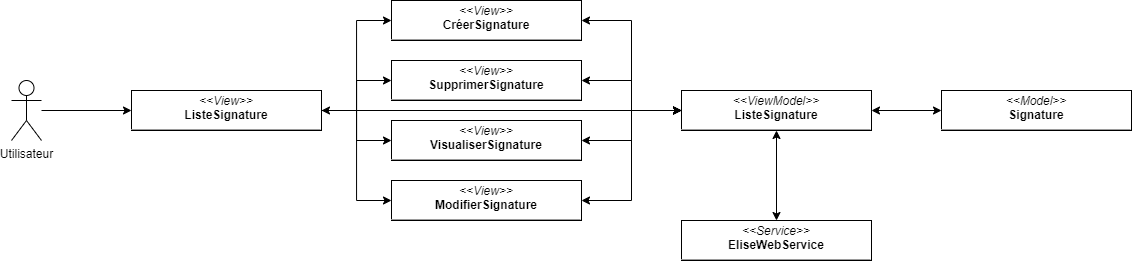
The draw.io diagram images_pfe/dca_sprint2.png in PFE-Neoledge-2023/rapport, before a commit. Source tidied: cells renumbered, new cells last; positions are measured from the earlier drawing's top-left corner, leaving out a move shared by most shapes. The source it was exported from:
```xml
<mxGraphModel>
  <root>
    <mxCell id="0" />
    <mxCell id="1" parent="0" />
    <mxCell id="2" style="edgeStyle=orthogonalEdgeStyle;rounded=0;jettySize=auto;html=1;entryX=0;entryY=0.5;entryDx=0;entryDy=0;" parent="1" edge="1" source="3" target="9">
      <mxGeometry relative="1" as="geometry" />
    </mxCell>
    <mxCell id="3" value="Utilisateur" style="shape=umlActor;verticalLabelPosition=bottom;verticalAlign=top;html=1;outlineConnect=0;" parent="1" vertex="1">
      <mxGeometry y="80" width="30" height="60" as="geometry" />
    </mxCell>
    <mxCell id="4" style="edgeStyle=orthogonalEdgeStyle;rounded=0;jettySize=auto;html=1;entryX=0;entryY=0.5;entryDx=0;entryDy=0;" parent="1" edge="1" source="9" target="13">
      <mxGeometry relative="1" as="geometry" />
    </mxCell>
    <mxCell id="5" style="edgeStyle=orthogonalEdgeStyle;rounded=0;jettySize=auto;html=1;entryX=0;entryY=0.5;entryDx=0;entryDy=0;" parent="1" edge="1" source="9" target="17">
      <mxGeometry relative="1" as="geometry" />
    </mxCell>
    <mxCell id="6" style="edgeStyle=orthogonalEdgeStyle;rounded=0;jettySize=auto;html=1;entryX=0;entryY=0.5;entryDx=0;entryDy=0;" parent="1" edge="1" source="9" target="19">
      <mxGeometry relative="1" as="geometry" />
    </mxCell>
    <mxCell id="7" style="edgeStyle=orthogonalEdgeStyle;rounded=0;jettySize=auto;html=1;entryX=0;entryY=0.5;entryDx=0;entryDy=0;" parent="1" edge="1" source="9" target="15">
      <mxGeometry relative="1" as="geometry" />
    </mxCell>
    <mxCell id="8" style="edgeStyle=orthogonalEdgeStyle;rounded=0;jettySize=auto;html=1;entryX=0;entryY=0.5;entryDx=0;entryDy=0;startArrow=classic;startFill=1;" parent="1" edge="1" source="9" target="11">
      <mxGeometry relative="1" as="geometry" />
    </mxCell>
    <mxCell id="9" value="&lt;p style=&quot;margin:0px;margin-top:4px;text-align:center;&quot;&gt;&lt;i&gt;&amp;lt;&amp;lt;View&amp;gt;&amp;gt;&lt;/i&gt;&lt;br&gt;&lt;b&gt;ListeSignature&lt;/b&gt;&lt;/p&gt;&lt;hr size=&quot;1&quot;&gt;&lt;p style=&quot;margin:0px;margin-left:4px;&quot;&gt;&lt;/p&gt;&lt;p style=&quot;margin:0px;margin-left:4px;&quot;&gt;&lt;br&gt;&lt;/p&gt;" style="verticalAlign=top;align=left;overflow=fill;fontSize=12;fontFamily=Helvetica;html=1;whiteSpace=wrap;" parent="1" vertex="1">
      <mxGeometry x="120" y="90" width="190" height="40" as="geometry" />
    </mxCell>
    <mxCell id="10" style="edgeStyle=orthogonalEdgeStyle;rounded=0;jettySize=auto;html=1;startArrow=classic;startFill=1;" parent="1" edge="1" source="11" target="20">
      <mxGeometry relative="1" as="geometry" />
    </mxCell>
    <mxCell id="11" value="&lt;p style=&quot;margin:0px;margin-top:4px;text-align:center;&quot;&gt;&lt;i&gt;&amp;lt;&amp;lt;ViewModel&amp;gt;&amp;gt;&lt;/i&gt;&lt;br&gt;&lt;b&gt;ListeSignature&lt;/b&gt;&lt;/p&gt;&lt;hr size=&quot;1&quot;&gt;&lt;p style=&quot;margin:0px;margin-left:4px;&quot;&gt;&lt;br&gt;&lt;/p&gt;" style="verticalAlign=top;align=left;overflow=fill;fontSize=12;fontFamily=Helvetica;html=1;whiteSpace=wrap;" parent="1" vertex="1">
      <mxGeometry x="670" y="90" width="190" height="40" as="geometry" />
    </mxCell>
    <mxCell id="12" style="edgeStyle=orthogonalEdgeStyle;rounded=0;jettySize=auto;html=1;entryX=0;entryY=0.5;entryDx=0;entryDy=0;startArrow=classic;startFill=1;" parent="1" edge="1" source="13" target="11">
      <mxGeometry relative="1" as="geometry" />
    </mxCell>
    <mxCell id="13" value="&lt;p style=&quot;margin:0px;margin-top:4px;text-align:center;&quot;&gt;&lt;i&gt;&amp;lt;&amp;lt;View&amp;gt;&amp;gt;&lt;/i&gt;&lt;br&gt;&lt;b&gt;CréerSignature&lt;/b&gt;&lt;/p&gt;&lt;hr size=&quot;1&quot;&gt;&lt;p style=&quot;margin:0px;margin-left:4px;&quot;&gt;&lt;/p&gt;&lt;p style=&quot;margin:0px;margin-left:4px;&quot;&gt;&lt;br&gt;&lt;/p&gt;" style="verticalAlign=top;align=left;overflow=fill;fontSize=12;fontFamily=Helvetica;html=1;whiteSpace=wrap;" parent="1" vertex="1">
      <mxGeometry x="380" width="190" height="40" as="geometry" />
    </mxCell>
    <mxCell id="14" style="edgeStyle=orthogonalEdgeStyle;rounded=0;jettySize=auto;html=1;entryX=0;entryY=0.5;entryDx=0;entryDy=0;startArrow=classic;startFill=1;" parent="1" edge="1" source="15" target="11">
      <mxGeometry relative="1" as="geometry" />
    </mxCell>
    <mxCell id="15" value="&lt;p style=&quot;margin:0px;margin-top:4px;text-align:center;&quot;&gt;&lt;i&gt;&amp;lt;&amp;lt;View&amp;gt;&amp;gt;&lt;/i&gt;&lt;br&gt;&lt;b&gt;ModifierSignature&lt;/b&gt;&lt;/p&gt;&lt;hr size=&quot;1&quot;&gt;&lt;p style=&quot;margin:0px;margin-left:4px;&quot;&gt;&lt;/p&gt;&lt;p style=&quot;margin:0px;margin-left:4px;&quot;&gt;&lt;br&gt;&lt;/p&gt;" style="verticalAlign=top;align=left;overflow=fill;fontSize=12;fontFamily=Helvetica;html=1;whiteSpace=wrap;" parent="1" vertex="1">
      <mxGeometry x="380" y="180" width="190" height="40" as="geometry" />
    </mxCell>
    <mxCell id="16" style="edgeStyle=orthogonalEdgeStyle;rounded=0;jettySize=auto;html=1;entryX=0;entryY=0.5;entryDx=0;entryDy=0;startArrow=classic;startFill=1;" parent="1" edge="1" source="17" target="11">
      <mxGeometry relative="1" as="geometry" />
    </mxCell>
    <mxCell id="17" value="&lt;p style=&quot;margin:0px;margin-top:4px;text-align:center;&quot;&gt;&lt;i&gt;&amp;lt;&amp;lt;View&amp;gt;&amp;gt;&lt;/i&gt;&lt;br&gt;&lt;b&gt;SupprimerSignature&lt;/b&gt;&lt;/p&gt;&lt;hr size=&quot;1&quot;&gt;&lt;p style=&quot;margin:0px;margin-left:4px;&quot;&gt;&lt;/p&gt;&lt;p style=&quot;margin:0px;margin-left:4px;&quot;&gt;&lt;br&gt;&lt;/p&gt;" style="verticalAlign=top;align=left;overflow=fill;fontSize=12;fontFamily=Helvetica;html=1;whiteSpace=wrap;" parent="1" vertex="1">
      <mxGeometry x="380" y="60" width="190" height="40" as="geometry" />
    </mxCell>
    <mxCell id="18" style="edgeStyle=orthogonalEdgeStyle;rounded=0;jettySize=auto;html=1;entryX=0;entryY=0.5;entryDx=0;entryDy=0;startArrow=classic;startFill=1;" parent="1" edge="1" source="19" target="11">
      <mxGeometry relative="1" as="geometry" />
    </mxCell>
    <mxCell id="19" value="&lt;p style=&quot;margin:0px;margin-top:4px;text-align:center;&quot;&gt;&lt;i&gt;&amp;lt;&amp;lt;View&amp;gt;&amp;gt;&lt;/i&gt;&lt;br&gt;&lt;b&gt;VisualiserSignature&lt;/b&gt;&lt;/p&gt;&lt;hr size=&quot;1&quot;&gt;&lt;p style=&quot;margin:0px;margin-left:4px;&quot;&gt;&lt;/p&gt;&lt;p style=&quot;margin:0px;margin-left:4px;&quot;&gt;&lt;br&gt;&lt;/p&gt;" style="verticalAlign=top;align=left;overflow=fill;fontSize=12;fontFamily=Helvetica;html=1;whiteSpace=wrap;" parent="1" vertex="1">
      <mxGeometry x="380" y="120" width="190" height="40" as="geometry" />
    </mxCell>
    <mxCell id="20" value="&lt;p style=&quot;margin:0px;margin-top:4px;text-align:center;&quot;&gt;&lt;i&gt;&amp;lt;&amp;lt;Model&amp;gt;&amp;gt;&lt;/i&gt;&lt;br&gt;&lt;b&gt;Signature&lt;/b&gt;&lt;/p&gt;&lt;hr size=&quot;1&quot;&gt;&lt;p style=&quot;margin:0px;margin-left:4px;&quot;&gt;&lt;br&gt;&lt;/p&gt;" style="verticalAlign=top;align=left;overflow=fill;fontSize=12;fontFamily=Helvetica;html=1;whiteSpace=wrap;" parent="1" vertex="1">
      <mxGeometry x="930" y="90" width="190" height="40" as="geometry" />
    </mxCell>
    <mxCell id="21" style="edgeStyle=orthogonalEdgeStyle;rounded=0;jettySize=auto;html=1;entryX=0.5;entryY=1;entryDx=0;entryDy=0;startArrow=classic;startFill=1;" parent="1" edge="1" source="22" target="11">
      <mxGeometry relative="1" as="geometry" />
    </mxCell>
    <mxCell id="22" value="&lt;p style=&quot;margin:0px;margin-top:4px;text-align:center;&quot;&gt;&lt;i&gt;&amp;lt;&amp;lt;Service&amp;gt;&amp;gt;&lt;/i&gt;&lt;br&gt;&lt;b&gt;EliseWebService&lt;/b&gt;&lt;/p&gt;&lt;hr size=&quot;1&quot;&gt;&lt;p style=&quot;margin:0px;margin-left:4px;&quot;&gt;&lt;/p&gt;&lt;p style=&quot;margin:0px;margin-left:4px;&quot;&gt;&lt;br&gt;&lt;/p&gt;" style="verticalAlign=top;align=left;overflow=fill;fontSize=12;fontFamily=Helvetica;html=1;whiteSpace=wrap;" parent="1" vertex="1">
      <mxGeometry x="670" y="220" width="190" height="40" as="geometry" />
    </mxCell>
  </root>
</mxGraphModel>
```
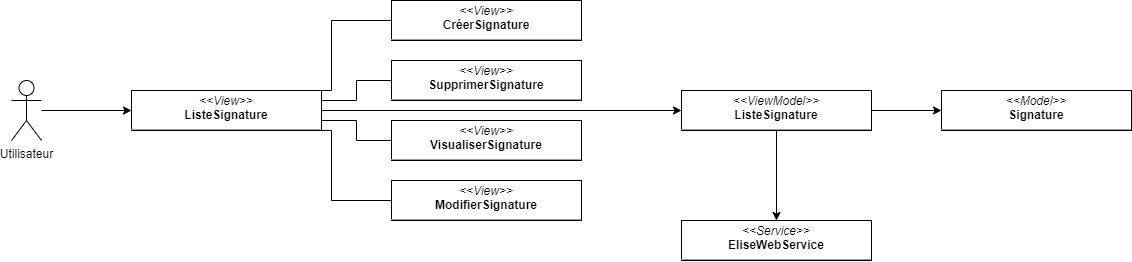
The same diagram one commit later.

Diff of the diagram source:
```diff
@@ -8,58 +8,56 @@
     <mxCell id="3" value="Utilisateur" style="shape=umlActor;verticalLabelPosition=bottom;verticalAlign=top;html=1;outlineConnect=0;" parent="1" vertex="1">
       <mxGeometry y="80" width="30" height="60" as="geometry" />
     </mxCell>
+    <mxCell id="8" style="edgeStyle=orthogonalEdgeStyle;rounded=0;jettySize=auto;html=1;entryX=0;entryY=0.5;entryDx=0;entryDy=0;startArrow=none;startFill=0;" parent="1" edge="1" source="9" target="11">
+      <mxGeometry relative="1" as="geometry" />
+    </mxCell>
-    <mxCell id="4" style="edgeStyle=orthogonalEdgeStyle;rounded=0;jettySize=auto;html=1;entryX=0;entryY=0.5;entryDx=0;entryDy=0;" parent="1" edge="1" source="9" target="13">
-      <mxGeometry relative="1" as="geometry" />
+    <mxCell id="4" style="edgeStyle=orthogonalEdgeStyle;rounded=0;html=1;exitX=1;exitY=0;exitDx=0;exitDy=0;entryX=0;entryY=0.5;entryDx=0;entryDy=0;startArrow=none;startFill=0;endArrow=none;endFill=0;" parent="1" edge="1" source="9" target="13">
+      <mxGeometry relative="1" as="geometry">
+        <Array as="points">
+          <mxPoint x="320" y="90" />
+          <mxPoint x="320" y="20" />
+        </Array>
+      </mxGeometry>
     </mxCell>
-    <mxCell id="5" style="edgeStyle=orthogonalEdgeStyle;rounded=0;jettySize=auto;html=1;entryX=0;entryY=0.5;entryDx=0;entryDy=0;" parent="1" edge="1" source="9" target="17">
+    <mxCell id="5" style="edgeStyle=orthogonalEdgeStyle;rounded=0;html=1;exitX=1;exitY=0.25;exitDx=0;exitDy=0;entryX=0;entryY=0.5;entryDx=0;entryDy=0;startArrow=none;startFill=0;endArrow=none;endFill=0;" parent="1" edge="1" source="9" target="17">
       <mxGeometry relative="1" as="geometry" />
     </mxCell>
-    <mxCell id="6" style="edgeStyle=orthogonalEdgeStyle;rounded=0;jettySize=auto;html=1;entryX=0;entryY=0.5;entryDx=0;entryDy=0;" parent="1" edge="1" source="9" target="19">
+    <mxCell id="6" style="edgeStyle=orthogonalEdgeStyle;rounded=0;html=1;exitX=1;exitY=0.75;exitDx=0;exitDy=0;entryX=0;entryY=0.5;entryDx=0;entryDy=0;startArrow=none;startFill=0;endArrow=none;endFill=0;" parent="1" edge="1" source="9" target="19">
       <mxGeometry relative="1" as="geometry" />
     </mxCell>
-    <mxCell id="7" style="edgeStyle=orthogonalEdgeStyle;rounded=0;jettySize=auto;html=1;entryX=0;entryY=0.5;entryDx=0;entryDy=0;" parent="1" edge="1" source="9" target="15">
-      <mxGeometry relative="1" as="geometry" />
+    <mxCell id="7" style="edgeStyle=orthogonalEdgeStyle;rounded=0;html=1;exitX=1;exitY=1;exitDx=0;exitDy=0;entryX=0;entryY=0.5;entryDx=0;entryDy=0;startArrow=none;startFill=0;endArrow=none;endFill=0;" parent="1" edge="1" source="9" target="15">
+      <mxGeometry relative="1" as="geometry">
+        <Array as="points">
+          <mxPoint x="320" y="130" />
+          <mxPoint x="320" y="200" />
+        </Array>
+      </mxGeometry>
     </mxCell>
-    <mxCell id="8" style="edgeStyle=orthogonalEdgeStyle;rounded=0;jettySize=auto;html=1;entryX=0;entryY=0.5;entryDx=0;entryDy=0;startArrow=classic;startFill=1;" parent="1" edge="1" source="9" target="11">
-      <mxGeometry relative="1" as="geometry" />
-    </mxCell>
     <mxCell id="9" value="&lt;p style=&quot;margin:0px;margin-top:4px;text-align:center;&quot;&gt;&lt;i&gt;&amp;lt;&amp;lt;View&amp;gt;&amp;gt;&lt;/i&gt;&lt;br&gt;&lt;b&gt;ListeSignature&lt;/b&gt;&lt;/p&gt;&lt;hr size=&quot;1&quot;&gt;&lt;p style=&quot;margin:0px;margin-left:4px;&quot;&gt;&lt;/p&gt;&lt;p style=&quot;margin:0px;margin-left:4px;&quot;&gt;&lt;br&gt;&lt;/p&gt;" style="verticalAlign=top;align=left;overflow=fill;fontSize=12;fontFamily=Helvetica;html=1;whiteSpace=wrap;" parent="1" vertex="1">
       <mxGeometry x="120" y="90" width="190" height="40" as="geometry" />
     </mxCell>
-    <mxCell id="10" style="edgeStyle=orthogonalEdgeStyle;rounded=0;jettySize=auto;html=1;startArrow=classic;startFill=1;" parent="1" edge="1" source="11" target="20">
+    <mxCell id="10" style="edgeStyle=orthogonalEdgeStyle;rounded=0;jettySize=auto;html=1;startArrow=none;startFill=0;" parent="1" edge="1" source="11" target="20">
       <mxGeometry relative="1" as="geometry" />
     </mxCell>
     <mxCell id="11" value="&lt;p style=&quot;margin:0px;margin-top:4px;text-align:center;&quot;&gt;&lt;i&gt;&amp;lt;&amp;lt;ViewModel&amp;gt;&amp;gt;&lt;/i&gt;&lt;br&gt;&lt;b&gt;ListeSignature&lt;/b&gt;&lt;/p&gt;&lt;hr size=&quot;1&quot;&gt;&lt;p style=&quot;margin:0px;margin-left:4px;&quot;&gt;&lt;br&gt;&lt;/p&gt;" style="verticalAlign=top;align=left;overflow=fill;fontSize=12;fontFamily=Helvetica;html=1;whiteSpace=wrap;" parent="1" vertex="1">
       <mxGeometry x="670" y="90" width="190" height="40" as="geometry" />
     </mxCell>
-    <mxCell id="12" style="edgeStyle=orthogonalEdgeStyle;rounded=0;jettySize=auto;html=1;entryX=0;entryY=0.5;entryDx=0;entryDy=0;startArrow=classic;startFill=1;" parent="1" edge="1" source="13" target="11">
-      <mxGeometry relative="1" as="geometry" />
-    </mxCell>
     <mxCell id="13" value="&lt;p style=&quot;margin:0px;margin-top:4px;text-align:center;&quot;&gt;&lt;i&gt;&amp;lt;&amp;lt;View&amp;gt;&amp;gt;&lt;/i&gt;&lt;br&gt;&lt;b&gt;CréerSignature&lt;/b&gt;&lt;/p&gt;&lt;hr size=&quot;1&quot;&gt;&lt;p style=&quot;margin:0px;margin-left:4px;&quot;&gt;&lt;/p&gt;&lt;p style=&quot;margin:0px;margin-left:4px;&quot;&gt;&lt;br&gt;&lt;/p&gt;" style="verticalAlign=top;align=left;overflow=fill;fontSize=12;fontFamily=Helvetica;html=1;whiteSpace=wrap;" parent="1" vertex="1">
       <mxGeometry x="380" width="190" height="40" as="geometry" />
     </mxCell>
-    <mxCell id="14" style="edgeStyle=orthogonalEdgeStyle;rounded=0;jettySize=auto;html=1;entryX=0;entryY=0.5;entryDx=0;entryDy=0;startArrow=classic;startFill=1;" parent="1" edge="1" source="15" target="11">
-      <mxGeometry relative="1" as="geometry" />
-    </mxCell>
     <mxCell id="15" value="&lt;p style=&quot;margin:0px;margin-top:4px;text-align:center;&quot;&gt;&lt;i&gt;&amp;lt;&amp;lt;View&amp;gt;&amp;gt;&lt;/i&gt;&lt;br&gt;&lt;b&gt;ModifierSignature&lt;/b&gt;&lt;/p&gt;&lt;hr size=&quot;1&quot;&gt;&lt;p style=&quot;margin:0px;margin-left:4px;&quot;&gt;&lt;/p&gt;&lt;p style=&quot;margin:0px;margin-left:4px;&quot;&gt;&lt;br&gt;&lt;/p&gt;" style="verticalAlign=top;align=left;overflow=fill;fontSize=12;fontFamily=Helvetica;html=1;whiteSpace=wrap;" parent="1" vertex="1">
       <mxGeometry x="380" y="180" width="190" height="40" as="geometry" />
     </mxCell>
-    <mxCell id="16" style="edgeStyle=orthogonalEdgeStyle;rounded=0;jettySize=auto;html=1;entryX=0;entryY=0.5;entryDx=0;entryDy=0;startArrow=classic;startFill=1;" parent="1" edge="1" source="17" target="11">
-      <mxGeometry relative="1" as="geometry" />
-    </mxCell>
     <mxCell id="17" value="&lt;p style=&quot;margin:0px;margin-top:4px;text-align:center;&quot;&gt;&lt;i&gt;&amp;lt;&amp;lt;View&amp;gt;&amp;gt;&lt;/i&gt;&lt;br&gt;&lt;b&gt;SupprimerSignature&lt;/b&gt;&lt;/p&gt;&lt;hr size=&quot;1&quot;&gt;&lt;p style=&quot;margin:0px;margin-left:4px;&quot;&gt;&lt;/p&gt;&lt;p style=&quot;margin:0px;margin-left:4px;&quot;&gt;&lt;br&gt;&lt;/p&gt;" style="verticalAlign=top;align=left;overflow=fill;fontSize=12;fontFamily=Helvetica;html=1;whiteSpace=wrap;" parent="1" vertex="1">
       <mxGeometry x="380" y="60" width="190" height="40" as="geometry" />
     </mxCell>
-    <mxCell id="18" style="edgeStyle=orthogonalEdgeStyle;rounded=0;jettySize=auto;html=1;entryX=0;entryY=0.5;entryDx=0;entryDy=0;startArrow=classic;startFill=1;" parent="1" edge="1" source="19" target="11">
-      <mxGeometry relative="1" as="geometry" />
-    </mxCell>
     <mxCell id="19" value="&lt;p style=&quot;margin:0px;margin-top:4px;text-align:center;&quot;&gt;&lt;i&gt;&amp;lt;&amp;lt;View&amp;gt;&amp;gt;&lt;/i&gt;&lt;br&gt;&lt;b&gt;VisualiserSignature&lt;/b&gt;&lt;/p&gt;&lt;hr size=&quot;1&quot;&gt;&lt;p style=&quot;margin:0px;margin-left:4px;&quot;&gt;&lt;/p&gt;&lt;p style=&quot;margin:0px;margin-left:4px;&quot;&gt;&lt;br&gt;&lt;/p&gt;" style="verticalAlign=top;align=left;overflow=fill;fontSize=12;fontFamily=Helvetica;html=1;whiteSpace=wrap;" parent="1" vertex="1">
       <mxGeometry x="380" y="120" width="190" height="40" as="geometry" />
     </mxCell>
     <mxCell id="20" value="&lt;p style=&quot;margin:0px;margin-top:4px;text-align:center;&quot;&gt;&lt;i&gt;&amp;lt;&amp;lt;Model&amp;gt;&amp;gt;&lt;/i&gt;&lt;br&gt;&lt;b&gt;Signature&lt;/b&gt;&lt;/p&gt;&lt;hr size=&quot;1&quot;&gt;&lt;p style=&quot;margin:0px;margin-left:4px;&quot;&gt;&lt;br&gt;&lt;/p&gt;" style="verticalAlign=top;align=left;overflow=fill;fontSize=12;fontFamily=Helvetica;html=1;whiteSpace=wrap;" parent="1" vertex="1">
       <mxGeometry x="930" y="90" width="190" height="40" as="geometry" />
     </mxCell>
-    <mxCell id="21" style="edgeStyle=orthogonalEdgeStyle;rounded=0;jettySize=auto;html=1;entryX=0.5;entryY=1;entryDx=0;entryDy=0;startArrow=classic;startFill=1;" parent="1" edge="1" source="22" target="11">
+    <mxCell id="21" style="edgeStyle=orthogonalEdgeStyle;rounded=0;jettySize=auto;html=1;entryX=0.5;entryY=1;entryDx=0;entryDy=0;startArrow=classic;startFill=1;endArrow=none;endFill=0;" parent="1" edge="1" source="22" target="11">
       <mxGeometry relative="1" as="geometry" />
     </mxCell>
     <mxCell id="22" value="&lt;p style=&quot;margin:0px;margin-top:4px;text-align:center;&quot;&gt;&lt;i&gt;&amp;lt;&amp;lt;Service&amp;gt;&amp;gt;&lt;/i&gt;&lt;br&gt;&lt;b&gt;EliseWebService&lt;/b&gt;&lt;/p&gt;&lt;hr size=&quot;1&quot;&gt;&lt;p style=&quot;margin:0px;margin-left:4px;&quot;&gt;&lt;/p&gt;&lt;p style=&quot;margin:0px;margin-left:4px;&quot;&gt;&lt;br&gt;&lt;/p&gt;" style="verticalAlign=top;align=left;overflow=fill;fontSize=12;fontFamily=Helvetica;html=1;whiteSpace=wrap;" parent="1" vertex="1">
```
